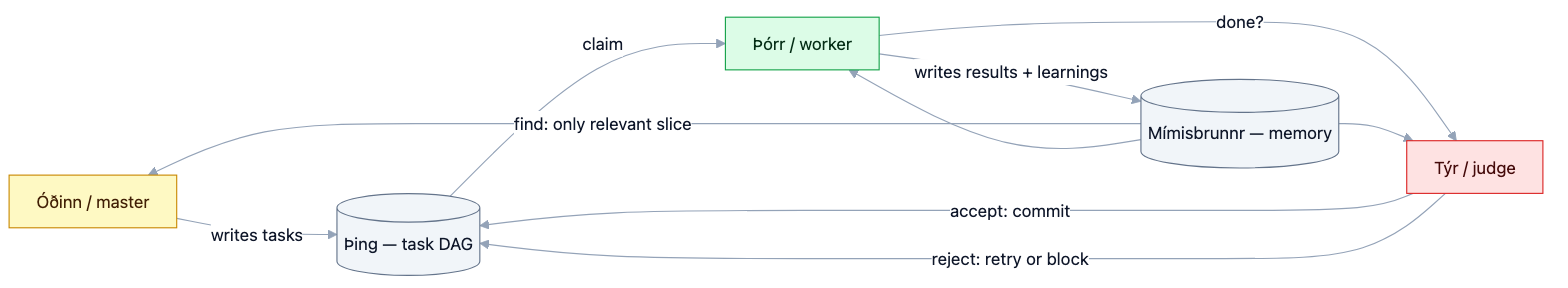
aquifer-labs/brunnr keeps this Mermaid diagram as docs/diagrams/orchestrator-blackboard.png. Above is the earlier version. Its source is kept beside it as docs/diagrams/orchestrator-blackboard.mmd.
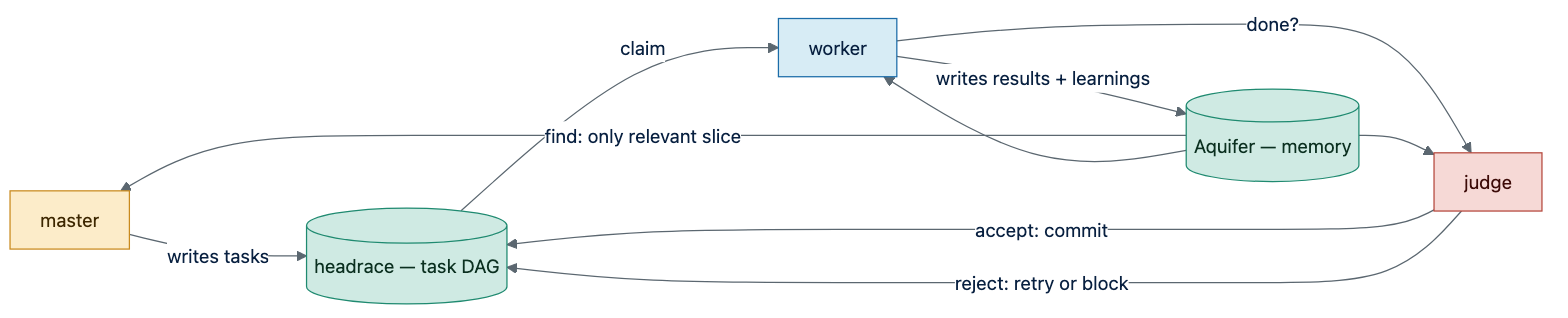
After the change.

Change to the diagram source:
```diff
@@ -1,15 +1,15 @@
 flowchart LR
-  M[Óðinn / master]:::master -->|writes tasks| Q[(headrace — task DAG)]:::board
-  Q -->|claim| W[Þórr / worker]:::worker
-  W -->|writes results + learnings| Aquifer — memory)]:::board
-  W -->|done?| J[Týr / judge]:::judge
+  M[master]:::master -->|writes tasks| Q[(headrace — task DAG)]:::board
+  Q -->|claim| W[worker]:::worker
+  W -->|writes results + learnings| MEM[(Aquifer — memory)]:::board
+  W -->|done?| J[judge]:::judge
   J -->|accept: commit| Q
   J -->|reject: retry or block| Q
   MEM -->|find: only relevant slice| M
   MEM --> W
   MEM --> J
 
-  classDef master fill:#fef9c3,stroke:#ca8a04,color:#422006;
-  classDef worker fill:#dcfce7,stroke:#16a34a,color:#052e16;
-  classDef judge fill:#fee2e2,stroke:#dc2626,color:#450a0a;
-  classDef board fill:#f1f5f9,stroke:#64748b,color:#0f172a;
+  classDef master   fill:#fcecc9,stroke:#c98a1e,color:#3d2700;
+  classDef worker   fill:#d7ecf5,stroke:#1b6ca8,color:#082040;
+  classDef judge    fill:#f6d9d6,stroke:#b5483d,color:#3d0b08;
+  classDef board    fill:#cfeae3,stroke:#1f8a70,color:#0b3020;
```
